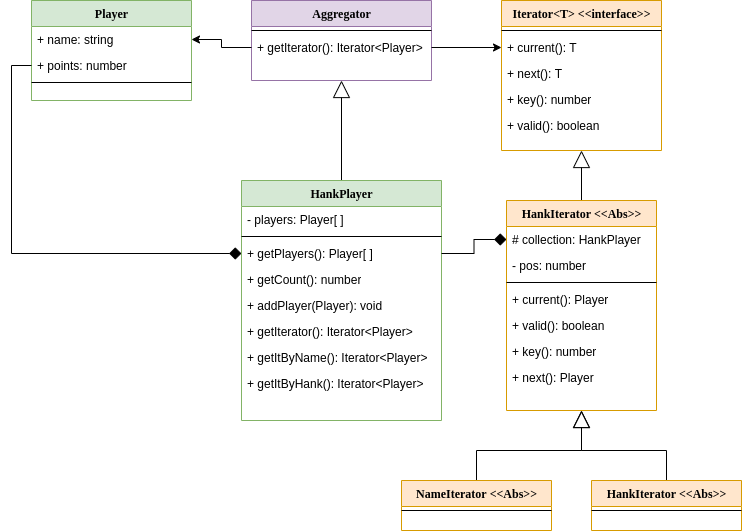
This is assets/behavioral/Iterator.png from nicolaskruger/designPatterns, a draw.io export, as it was before one commit. Source tidied: cells renumbered, new cells last; positions are measured from the earlier drawing's top-left corner, leaving out a move shared by most shapes. Source of this version:
```xml
<mxGraphModel background="#ffffff">
  <root>
    <mxCell id="0" />
    <mxCell id="1" parent="0" />
    <mxCell id="2" style="edgeStyle=orthogonalEdgeStyle;rounded=0;jettySize=auto;html=1;exitX=0.5;exitY=1;exitDx=0;exitDy=0;entryX=0.5;entryY=0;entryDx=0;entryDy=0;startArrow=block;startFill=0;startSize=15;endArrow=none;endFill=0;" parent="1" edge="1" source="3" target="31">
      <mxGeometry relative="1" as="geometry" />
    </mxCell>
    <mxCell id="3" value="Iterator&amp;lt;T&amp;gt; &amp;lt;&amp;lt;interface&amp;gt;&amp;gt;" style="swimlane;html=1;fontStyle=1;align=center;verticalAlign=top;horizontal=1;startSize=26;swimlaneFillColor=#ffffff;rounded=0;shadow=0;comic=0;labelBackgroundColor=none;strokeWidth=1;fillColor=#ffe6cc;fontFamily=Verdana;fontSize=12;strokeColor=#d79b00;" parent="1" vertex="1">
      <mxGeometry x="470" width="160" height="150" as="geometry" />
    </mxCell>
    <mxCell id="4" style="line;html=1;strokeWidth=1;fillColor=none;align=left;verticalAlign=middle;spacingTop=-1;spacingLeft=3;spacingRight=3;labelPosition=right;" parent="3" vertex="1">
      <mxGeometry y="26" width="160" height="8" as="geometry" />
    </mxCell>
    <mxCell id="5" value="+ current(): T" style="text;html=1;strokeColor=none;fillColor=none;align=left;verticalAlign=top;spacingLeft=4;spacingRight=4;whiteSpace=wrap;overflow=hidden;points=[[0,0.5],[1,0.5]];portConstraint=eastwest;" parent="3" vertex="1">
      <mxGeometry y="34" width="160" height="26" as="geometry" />
    </mxCell>
    <mxCell id="6" value="+ next(): T" style="text;html=1;strokeColor=none;fillColor=none;align=left;verticalAlign=top;spacingLeft=4;spacingRight=4;whiteSpace=wrap;overflow=hidden;" parent="3" vertex="1">
      <mxGeometry y="60" width="160" height="26" as="geometry" />
    </mxCell>
    <mxCell id="7" value="+ key(): number" style="text;html=1;strokeColor=none;fillColor=none;align=left;verticalAlign=top;spacingLeft=4;spacingRight=4;whiteSpace=wrap;overflow=hidden;" parent="3" vertex="1">
      <mxGeometry y="86" width="160" height="26" as="geometry" />
    </mxCell>
    <mxCell id="8" value="+ valid(): boolean" style="text;html=1;strokeColor=none;fillColor=none;align=left;verticalAlign=top;spacingLeft=4;spacingRight=4;whiteSpace=wrap;overflow=hidden;" parent="3" vertex="1">
      <mxGeometry y="112" width="160" height="26" as="geometry" />
    </mxCell>
    <mxCell id="9" style="edgeStyle=orthogonalEdgeStyle;rounded=0;jettySize=auto;html=1;exitX=0.5;exitY=1;exitDx=0;exitDy=0;startArrow=block;startFill=0;startSize=15;endArrow=none;endFill=0;" parent="1" edge="1" source="10" target="19">
      <mxGeometry relative="1" as="geometry" />
    </mxCell>
    <mxCell id="10" value="Aggregator" style="swimlane;html=1;fontStyle=1;align=center;verticalAlign=top;horizontal=1;startSize=26;swimlaneFillColor=#ffffff;rounded=0;shadow=0;comic=0;labelBackgroundColor=none;strokeWidth=1;fillColor=#e1d5e7;fontFamily=Verdana;fontSize=12;strokeColor=#9673a6;" parent="1" vertex="1">
      <mxGeometry x="220" width="180" height="80" as="geometry" />
    </mxCell>
    <mxCell id="11" style="line;html=1;strokeWidth=1;fillColor=none;align=left;verticalAlign=middle;spacingTop=-1;spacingLeft=3;spacingRight=3;labelPosition=right;" parent="10" vertex="1">
      <mxGeometry y="26" width="180" height="8" as="geometry" />
    </mxCell>
    <mxCell id="12" value="+ getIterator(): Iterator&amp;lt;Player&amp;gt;" style="text;html=1;strokeColor=none;fillColor=none;align=left;verticalAlign=top;spacingLeft=4;spacingRight=4;whiteSpace=wrap;overflow=hidden;points=[[0,0.5],[1,0.5]];portConstraint=eastwest;" parent="10" vertex="1">
      <mxGeometry y="34" width="180" height="26" as="geometry" />
    </mxCell>
    <mxCell id="13" value="Player" style="swimlane;html=1;fontStyle=1;align=center;verticalAlign=top;horizontal=1;startSize=26;swimlaneFillColor=#ffffff;rounded=0;shadow=0;comic=0;labelBackgroundColor=none;strokeWidth=1;fillColor=#d5e8d4;fontFamily=Verdana;fontSize=12;strokeColor=#82b366;" parent="1" vertex="1">
      <mxGeometry width="160" height="100" as="geometry" />
    </mxCell>
    <mxCell id="14" value="+ name: string" style="text;html=1;strokeColor=none;fillColor=none;align=left;verticalAlign=top;spacingLeft=4;spacingRight=4;whiteSpace=wrap;overflow=hidden;points=[[0,0.5],[1,0.5]];portConstraint=eastwest;" parent="13" vertex="1">
      <mxGeometry y="26" width="160" height="26" as="geometry" />
    </mxCell>
    <mxCell id="15" value="+ points: number" style="text;html=1;strokeColor=none;fillColor=none;align=left;verticalAlign=top;spacingLeft=4;spacingRight=4;whiteSpace=wrap;overflow=hidden;points=[[0,0.5],[1,0.5]];portConstraint=eastwest;" parent="13" vertex="1">
      <mxGeometry y="52" width="160" height="26" as="geometry" />
    </mxCell>
    <mxCell id="16" style="line;html=1;strokeWidth=1;fillColor=none;align=left;verticalAlign=middle;spacingTop=-1;spacingLeft=3;spacingRight=3;labelPosition=right;" parent="13" vertex="1">
      <mxGeometry y="78" width="160" height="8" as="geometry" />
    </mxCell>
    <mxCell id="17" style="edgeStyle=orthogonalEdgeStyle;rounded=0;jettySize=auto;html=1;exitX=0;exitY=0.5;exitDx=0;exitDy=0;" parent="1" edge="1" source="12" target="14">
      <mxGeometry relative="1" as="geometry" />
    </mxCell>
    <mxCell id="18" style="edgeStyle=orthogonalEdgeStyle;rounded=0;jettySize=auto;html=1;exitX=1;exitY=0.5;exitDx=0;exitDy=0;entryX=0;entryY=0.5;entryDx=0;entryDy=0;" parent="1" edge="1" source="12" target="5">
      <mxGeometry relative="1" as="geometry" />
    </mxCell>
    <mxCell id="19" value="HankPlayer" style="swimlane;html=1;fontStyle=1;align=center;verticalAlign=top;horizontal=1;startSize=26;swimlaneFillColor=#ffffff;rounded=0;shadow=0;comic=0;labelBackgroundColor=none;strokeWidth=1;fillColor=#d5e8d4;fontFamily=Verdana;fontSize=12;strokeColor=#82b366;" parent="1" vertex="1">
      <mxGeometry x="210" y="180" width="200" height="240" as="geometry" />
    </mxCell>
    <mxCell id="20" value="- players: Player[ ]" style="text;html=1;strokeColor=none;fillColor=none;align=left;verticalAlign=top;spacingLeft=4;spacingRight=4;whiteSpace=wrap;overflow=hidden;" parent="19" vertex="1">
      <mxGeometry y="26" width="200" height="26" as="geometry" />
    </mxCell>
    <mxCell id="21" style="line;html=1;strokeWidth=1;fillColor=none;align=left;verticalAlign=middle;spacingTop=-1;spacingLeft=3;spacingRight=3;labelPosition=right;" parent="19" vertex="1">
      <mxGeometry y="52" width="200" height="8" as="geometry" />
    </mxCell>
    <mxCell id="22" value="+ getPlayers(): Player[ ]" style="text;html=1;strokeColor=none;fillColor=none;align=left;verticalAlign=top;spacingLeft=4;spacingRight=4;whiteSpace=wrap;overflow=hidden;points=[[0,0.5],[1,0.5]];portConstraint=eastwest;" parent="19" vertex="1">
      <mxGeometry y="60" width="200" height="26" as="geometry" />
    </mxCell>
    <mxCell id="23" value="+ getCount(): number" style="text;html=1;strokeColor=none;fillColor=none;align=left;verticalAlign=top;spacingLeft=4;spacingRight=4;whiteSpace=wrap;overflow=hidden;" parent="19" vertex="1">
      <mxGeometry y="86" width="200" height="26" as="geometry" />
    </mxCell>
    <mxCell id="24" value="+ addPlayer(Player): void" style="text;html=1;strokeColor=none;fillColor=none;align=left;verticalAlign=top;spacingLeft=4;spacingRight=4;whiteSpace=wrap;overflow=hidden;" parent="19" vertex="1">
      <mxGeometry y="112" width="200" height="26" as="geometry" />
    </mxCell>
    <mxCell id="25" value="+ getIterator(): Iterator&amp;lt;Player&amp;gt;" style="text;html=1;strokeColor=none;fillColor=none;align=left;verticalAlign=top;spacingLeft=4;spacingRight=4;whiteSpace=wrap;overflow=hidden;" parent="19" vertex="1">
      <mxGeometry y="138" width="200" height="26" as="geometry" />
    </mxCell>
    <mxCell id="26" value="+ getItByName(): Iterator&amp;lt;Player&amp;gt;" style="text;html=1;strokeColor=none;fillColor=none;align=left;verticalAlign=top;spacingLeft=4;spacingRight=4;whiteSpace=wrap;overflow=hidden;" parent="19" vertex="1">
      <mxGeometry y="164" width="200" height="26" as="geometry" />
    </mxCell>
    <mxCell id="27" value="+ getItByHank(): Iterator&amp;lt;Player&amp;gt;" style="text;html=1;strokeColor=none;fillColor=none;align=left;verticalAlign=top;spacingLeft=4;spacingRight=4;whiteSpace=wrap;overflow=hidden;" parent="19" vertex="1">
      <mxGeometry y="190" width="200" height="26" as="geometry" />
    </mxCell>
    <mxCell id="28" style="edgeStyle=orthogonalEdgeStyle;rounded=0;jettySize=auto;html=1;exitX=0;exitY=0.5;exitDx=0;exitDy=0;entryX=0;entryY=0.5;entryDx=0;entryDy=0;startArrow=diamond;startFill=1;startSize=10;endArrow=none;endFill=0;" parent="1" edge="1" source="22" target="15">
      <mxGeometry relative="1" as="geometry" />
    </mxCell>
    <mxCell id="29" style="edgeStyle=orthogonalEdgeStyle;rounded=0;jettySize=auto;html=1;exitX=0.5;exitY=1;exitDx=0;exitDy=0;startArrow=block;startFill=0;startSize=15;endArrow=none;endFill=0;" parent="1" edge="1" source="31" target="40">
      <mxGeometry relative="1" as="geometry" />
    </mxCell>
    <mxCell id="30" style="edgeStyle=orthogonalEdgeStyle;rounded=0;jettySize=auto;html=1;exitX=0.5;exitY=1;exitDx=0;exitDy=0;startArrow=block;startFill=0;startSize=15;endArrow=none;endFill=0;" parent="1" edge="1" source="31" target="42">
      <mxGeometry relative="1" as="geometry" />
    </mxCell>
    <mxCell id="31" value="HankIterator &amp;lt;&amp;lt;Abs&amp;gt;&amp;gt;" style="swimlane;html=1;fontStyle=1;align=center;verticalAlign=top;horizontal=1;startSize=26;swimlaneFillColor=#ffffff;rounded=0;shadow=0;comic=0;labelBackgroundColor=none;strokeWidth=1;fillColor=#ffe6cc;fontFamily=Verdana;fontSize=12;strokeColor=#d79b00;" parent="1" vertex="1">
      <mxGeometry x="475" y="200" width="150" height="210" as="geometry" />
    </mxCell>
    <mxCell id="32" value="# collection: HankPlayer" style="text;html=1;strokeColor=none;fillColor=none;align=left;verticalAlign=top;spacingLeft=4;spacingRight=4;whiteSpace=wrap;overflow=hidden;points=[[0,0.5],[1,0.5]];portConstraint=eastwest;" parent="31" vertex="1">
      <mxGeometry y="26" width="150" height="26" as="geometry" />
    </mxCell>
    <mxCell id="33" value="- pos: number" style="text;html=1;strokeColor=none;fillColor=none;align=left;verticalAlign=top;spacingLeft=4;spacingRight=4;whiteSpace=wrap;overflow=hidden;" parent="31" vertex="1">
      <mxGeometry y="52" width="150" height="26" as="geometry" />
    </mxCell>
    <mxCell id="34" style="line;html=1;strokeWidth=1;fillColor=none;align=left;verticalAlign=middle;spacingTop=-1;spacingLeft=3;spacingRight=3;labelPosition=right;" parent="31" vertex="1">
      <mxGeometry y="78" width="150" height="8" as="geometry" />
    </mxCell>
    <mxCell id="35" value="+ current(): Player" style="text;html=1;strokeColor=none;fillColor=none;align=left;verticalAlign=top;spacingLeft=4;spacingRight=4;whiteSpace=wrap;overflow=hidden;" parent="31" vertex="1">
      <mxGeometry y="86" width="150" height="26" as="geometry" />
    </mxCell>
    <mxCell id="36" value="+ valid(): boolean" style="text;html=1;strokeColor=none;fillColor=none;align=left;verticalAlign=top;spacingLeft=4;spacingRight=4;whiteSpace=wrap;overflow=hidden;" parent="31" vertex="1">
      <mxGeometry y="112" width="150" height="26" as="geometry" />
    </mxCell>
    <mxCell id="37" value="+ key(): number" style="text;html=1;strokeColor=none;fillColor=none;align=left;verticalAlign=top;spacingLeft=4;spacingRight=4;whiteSpace=wrap;overflow=hidden;" parent="31" vertex="1">
      <mxGeometry y="138" width="150" height="26" as="geometry" />
    </mxCell>
    <mxCell id="38" value="+ next(): Player" style="text;html=1;strokeColor=none;fillColor=none;align=left;verticalAlign=top;spacingLeft=4;spacingRight=4;whiteSpace=wrap;overflow=hidden;" parent="31" vertex="1">
      <mxGeometry y="164" width="150" height="26" as="geometry" />
    </mxCell>
    <mxCell id="39" style="edgeStyle=orthogonalEdgeStyle;rounded=0;jettySize=auto;html=1;exitX=0;exitY=0.5;exitDx=0;exitDy=0;startArrow=diamond;startFill=1;startSize=10;endArrow=none;endFill=0;" parent="1" edge="1" source="32" target="22">
      <mxGeometry relative="1" as="geometry" />
    </mxCell>
    <mxCell id="40" value="NameIterator &amp;lt;&amp;lt;Abs&amp;gt;&amp;gt;" style="swimlane;html=1;fontStyle=1;align=center;verticalAlign=top;horizontal=1;startSize=26;swimlaneFillColor=#ffffff;rounded=0;shadow=0;comic=0;labelBackgroundColor=none;strokeWidth=1;fillColor=#ffe6cc;fontFamily=Verdana;fontSize=12;strokeColor=#d79b00;" parent="1" vertex="1">
      <mxGeometry x="370" y="480" width="150" height="50" as="geometry" />
    </mxCell>
    <mxCell id="41" style="line;html=1;strokeWidth=1;fillColor=none;align=left;verticalAlign=middle;spacingTop=-1;spacingLeft=3;spacingRight=3;labelPosition=right;" parent="40" vertex="1">
      <mxGeometry y="26" width="150" height="8" as="geometry" />
    </mxCell>
    <mxCell id="42" value="HankIterator &amp;lt;&amp;lt;Abs&amp;gt;&amp;gt;" style="swimlane;html=1;fontStyle=1;align=center;verticalAlign=top;horizontal=1;startSize=26;swimlaneFillColor=#ffffff;rounded=0;shadow=0;comic=0;labelBackgroundColor=none;strokeWidth=1;fillColor=#ffe6cc;fontFamily=Verdana;fontSize=12;strokeColor=#d79b00;" parent="1" vertex="1">
      <mxGeometry x="560" y="480" width="150" height="50" as="geometry" />
    </mxCell>
    <mxCell id="43" style="line;html=1;strokeWidth=1;fillColor=none;align=left;verticalAlign=middle;spacingTop=-1;spacingLeft=3;spacingRight=3;labelPosition=right;" parent="42" vertex="1">
      <mxGeometry y="26" width="150" height="8" as="geometry" />
    </mxCell>
  </root>
</mxGraphModel>
```
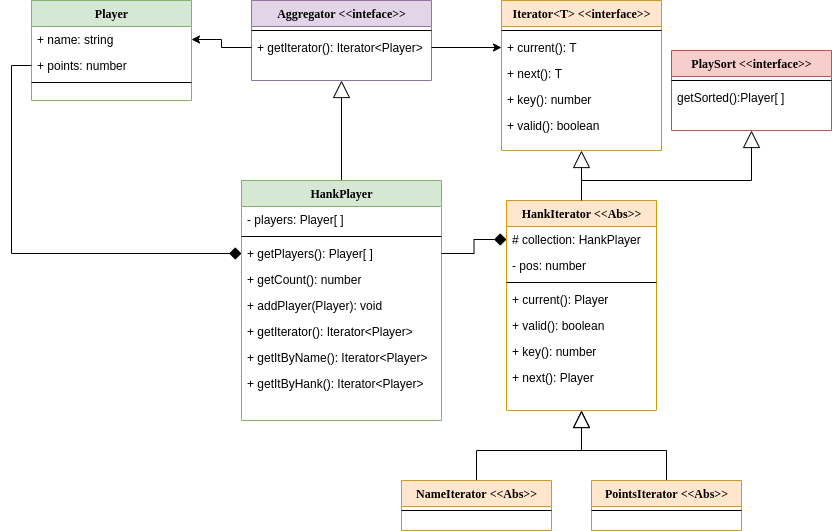
The same file after the commit.

What changed in the source:
```diff
@@ -26,7 +26,7 @@
     <mxCell id="9" style="edgeStyle=orthogonalEdgeStyle;rounded=0;jettySize=auto;html=1;exitX=0.5;exitY=1;exitDx=0;exitDy=0;startArrow=block;startFill=0;startSize=15;endArrow=none;endFill=0;" parent="1" edge="1" source="10" target="19">
       <mxGeometry relative="1" as="geometry" />
     </mxCell>
-    <mxCell id="10" value="Aggregator" style="swimlane;html=1;fontStyle=1;align=center;verticalAlign=top;horizontal=1;startSize=26;swimlaneFillColor=#ffffff;rounded=0;shadow=0;comic=0;labelBackgroundColor=none;strokeWidth=1;fillColor=#e1d5e7;fontFamily=Verdana;fontSize=12;strokeColor=#9673a6;" parent="1" vertex="1">
+    <mxCell id="10" value="Aggregator &amp;lt;&amp;lt;inteface&amp;gt;&amp;gt;" style="swimlane;html=1;fontStyle=1;align=center;verticalAlign=top;horizontal=1;startSize=26;swimlaneFillColor=#ffffff;rounded=0;shadow=0;comic=0;labelBackgroundColor=none;strokeWidth=1;fillColor=#e1d5e7;fontFamily=Verdana;fontSize=12;strokeColor=#9673a6;" parent="1" vertex="1">
       <mxGeometry x="220" width="180" height="80" as="geometry" />
     </mxCell>
     <mxCell id="11" style="line;html=1;strokeWidth=1;fillColor=none;align=left;verticalAlign=middle;spacingTop=-1;spacingLeft=3;spacingRight=3;labelPosition=right;" parent="10" vertex="1">
@@ -122,11 +122,28 @@
     <mxCell id="41" style="line;html=1;strokeWidth=1;fillColor=none;align=left;verticalAlign=middle;spacingTop=-1;spacingLeft=3;spacingRight=3;labelPosition=right;" parent="40" vertex="1">
       <mxGeometry y="26" width="150" height="8" as="geometry" />
     </mxCell>
-    <mxCell id="42" value="HankIterator &amp;lt;&amp;lt;Abs&amp;gt;&amp;gt;" style="swimlane;html=1;fontStyle=1;align=center;verticalAlign=top;horizontal=1;startSize=26;swimlaneFillColor=#ffffff;rounded=0;shadow=0;comic=0;labelBackgroundColor=none;strokeWidth=1;fillColor=#ffe6cc;fontFamily=Verdana;fontSize=12;strokeColor=#d79b00;" parent="1" vertex="1">
+    <mxCell id="42" value="PointsIterator &amp;lt;&amp;lt;Abs&amp;gt;&amp;gt;" style="swimlane;html=1;fontStyle=1;align=center;verticalAlign=top;horizontal=1;startSize=26;swimlaneFillColor=#ffffff;rounded=0;shadow=0;comic=0;labelBackgroundColor=none;strokeWidth=1;fillColor=#ffe6cc;fontFamily=Verdana;fontSize=12;strokeColor=#d79b00;" parent="1" vertex="1">
       <mxGeometry x="560" y="480" width="150" height="50" as="geometry" />
     </mxCell>
     <mxCell id="43" style="line;html=1;strokeWidth=1;fillColor=none;align=left;verticalAlign=middle;spacingTop=-1;spacingLeft=3;spacingRight=3;labelPosition=right;" parent="42" vertex="1">
       <mxGeometry y="26" width="150" height="8" as="geometry" />
     </mxCell>
+    <mxCell id="44" style="edgeStyle=orthogonalEdgeStyle;rounded=0;jettySize=auto;html=1;exitX=0.5;exitY=1;exitDx=0;exitDy=0;entryX=0.5;entryY=0;entryDx=0;entryDy=0;startArrow=block;startFill=0;startSize=15;endArrow=none;endFill=0;" parent="1" edge="1" source="45" target="31">
+      <mxGeometry relative="1" as="geometry">
+        <Array as="points">
+          <mxPoint x="720" y="180" />
+          <mxPoint x="550" y="180" />
+        </Array>
+      </mxGeometry>
+    </mxCell>
+    <mxCell id="45" value="PlaySort &amp;lt;&amp;lt;interface&amp;gt;&amp;gt;" style="swimlane;html=1;fontStyle=1;align=center;verticalAlign=top;horizontal=1;startSize=26;swimlaneFillColor=#ffffff;rounded=0;shadow=0;comic=0;labelBackgroundColor=none;strokeWidth=1;fillColor=#f8cecc;fontFamily=Verdana;fontSize=12;strokeColor=#b85450;" parent="1" vertex="1">
+      <mxGeometry x="640" y="50" width="160" height="80" as="geometry" />
+    </mxCell>
+    <mxCell id="46" style="line;html=1;strokeWidth=1;fillColor=none;align=left;verticalAlign=middle;spacingTop=-1;spacingLeft=3;spacingRight=3;labelPosition=right;" parent="45" vertex="1">
+      <mxGeometry y="26" width="160" height="8" as="geometry" />
+    </mxCell>
+    <mxCell id="47" value="getSorted():Player[ ]" style="text;html=1;strokeColor=none;fillColor=none;align=left;verticalAlign=top;spacingLeft=4;spacingRight=4;whiteSpace=wrap;overflow=hidden;" parent="45" vertex="1">
+      <mxGeometry y="34" width="160" height="26" as="geometry" />
+    </mxCell>
   </root>
 </mxGraphModel>
```
